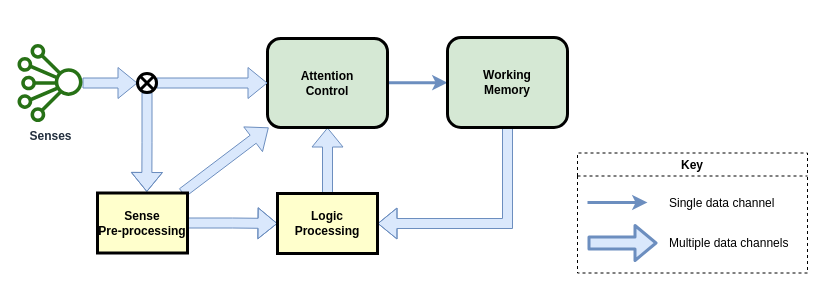
The draw.io diagram page "basic-state-machine" (1 of 2) of files/Human-mind-structure-v1.drawio in malcolmlett/malcolmlett.github.io, before the edit. Source tidied: cells renumbered, new cells numbered last; positions are measured from the earlier drawing's top-left corner, leaving out a move shared by most shapes. Both pictures are drawn from the tidied source at 100%, with x=0, y=0 at pixel (17, 37).
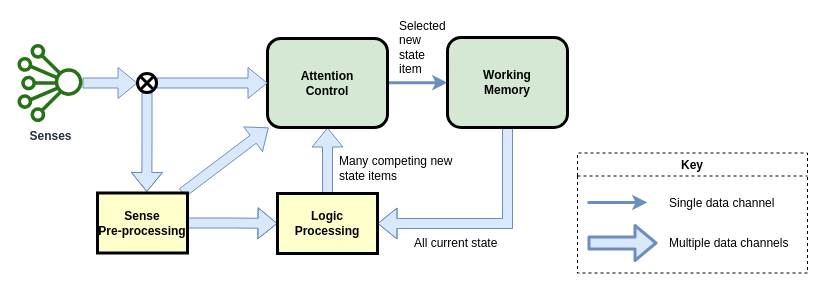
Above is the later version.

Commit message (it also covers changes not shown here):
Updated basic state machine

The edit, as a diff of the source:
```diff
@@
+    <mxCell id="21" value="Many competing new&lt;br&gt;state items" style="text;html=1;align=left;verticalAlign=middle;" parent="1" vertex="1">
+      <mxGeometry x="320" y="115.5" width="130" height="30" as="geometry" />
+    </mxCell>
+    <mxCell id="22" value="Selected&lt;br&gt;new&lt;br&gt;state&lt;br&gt;item" style="text;html=1;align=left;verticalAlign=middle;" parent="1" vertex="1">
+      <mxGeometry x="380" y="-20" width="60" height="60" as="geometry" />
+    </mxCell>
+    <mxCell id="23" value="All current state" style="text;html=1;align=left;verticalAlign=middle;" parent="1" vertex="1">
+      <mxGeometry x="395" y="195.5" width="100" height="20" as="geometry" />
+    </mxCell>
```
